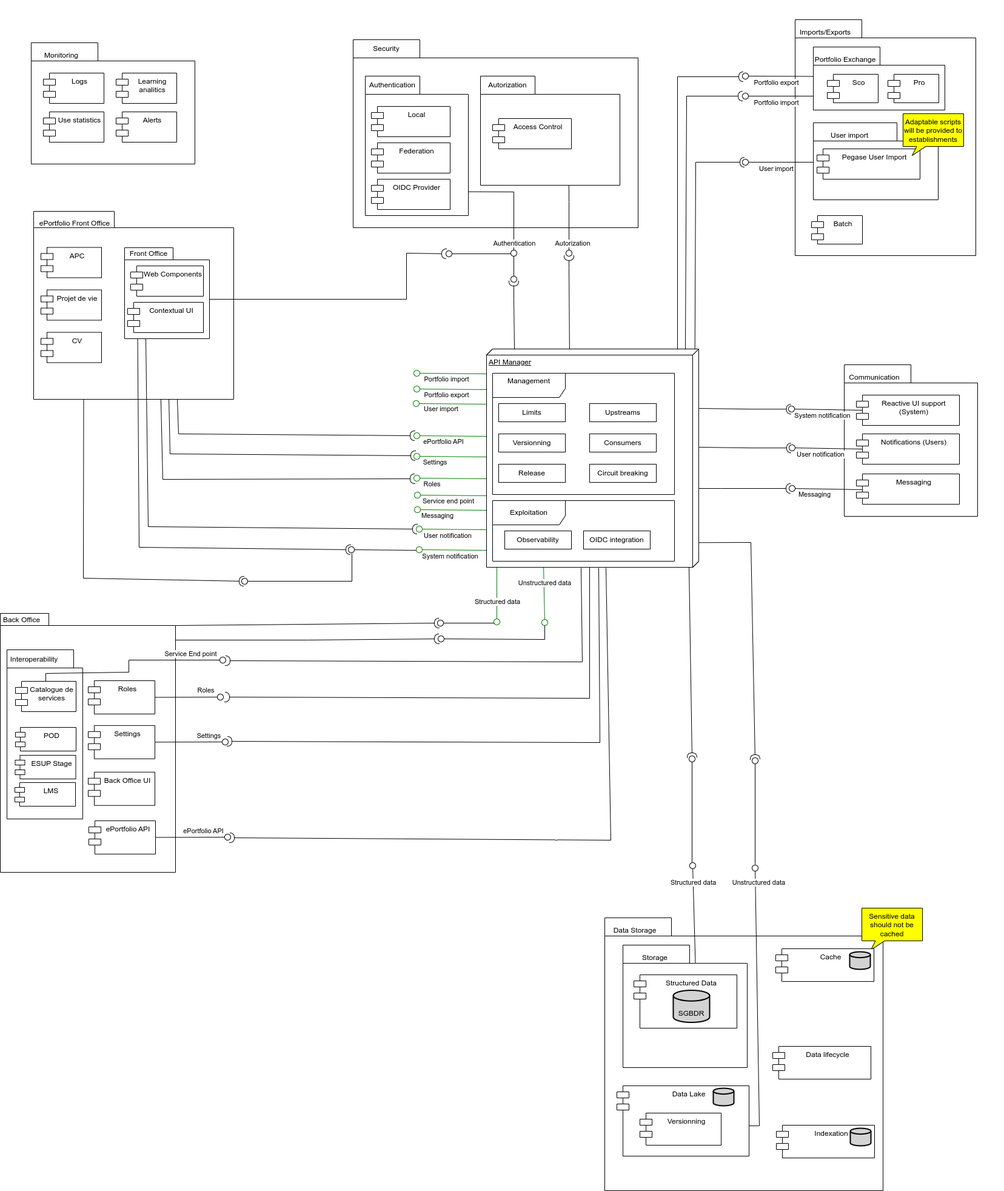
The draw.io diagram assets/images/architecture-components-diagram.png in giraudin/dev-doc, before a commit. Source tidied: cells renumbered, new cells last; positions are measured from the earlier drawing's top-left corner, leaving out a move shared by most shapes.
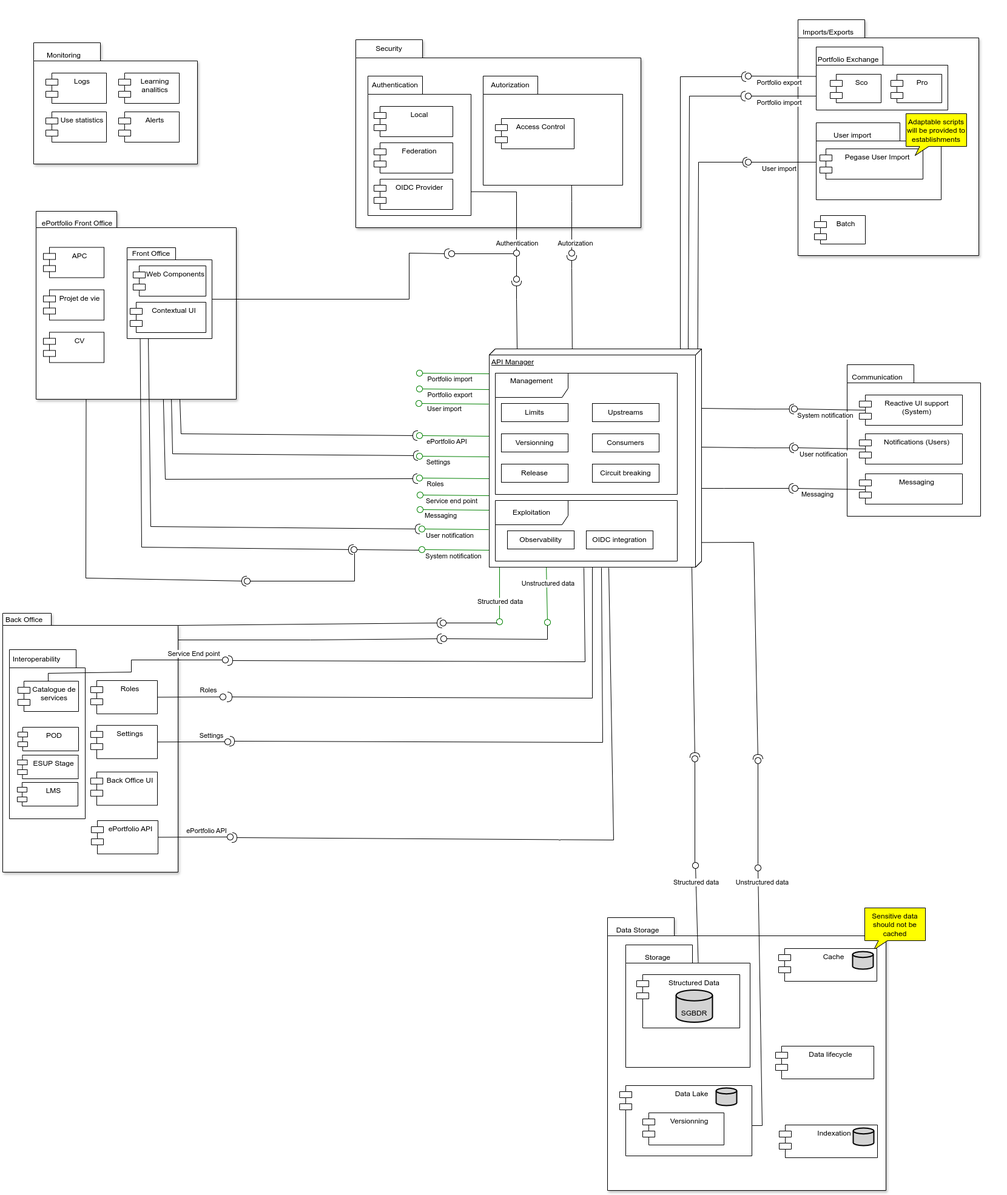
The same diagram one commit later.

What changed in the source:
```diff
@@ -8,7 +8,7 @@
     <mxCell id="3" style="ellipse;whiteSpace=wrap;html=1;align=center;fillColor=none;strokeColor=none;perimeter=centerPerimeter;" parent="1" vertex="1">
       <mxGeometry x="509" y="501" width="10" height="10" as="geometry" />
     </mxCell>
-    <mxCell id="4" style="shape=folder;fontStyle=1;spacingTop=10;tabWidth=133;tabHeight=27;tabPosition=left;html=1;whiteSpace=wrap;" parent="1" vertex="1">
+    <mxCell id="4" style="shape=folder;fontStyle=1;spacingTop=10;tabWidth=133;tabHeight=27;tabPosition=left;html=1;whiteSpace=wrap;shadow=1;" parent="1" vertex="1">
       <mxGeometry x="55" y="348" width="330" height="310" as="geometry" />
     </mxCell>
     <mxCell id="5" style="shape=folder;fontStyle=1;spacingTop=10;tabWidth=80;tabHeight=20;tabPosition=left;html=1;whiteSpace=wrap;" parent="1" vertex="1">
@@ -39,7 +39,7 @@
     <mxCell id="14" style="group;" parent="13" vertex="1">
       <mxGeometry x="65" y="1075" width="224" height="363" as="geometry" />
     </mxCell>
-    <mxCell id="15" style="shape=folder;fontStyle=1;spacingTop=10;tabWidth=80;tabHeight=20;tabPosition=left;html=1;whiteSpace=wrap;" parent="14" vertex="1">
+    <mxCell id="15" style="shape=folder;fontStyle=1;spacingTop=10;tabWidth=80;tabHeight=20;tabPosition=left;html=1;whiteSpace=wrap;shadow=1;" parent="14" vertex="1">
       <mxGeometry x="-65" y="-64" width="289" height="427" as="geometry" />
     </mxCell>
     <mxCell id="16" value="Roles" style="shape=module;align=left;spacingLeft=20;align=center;verticalAlign=top;whiteSpace=wrap;html=1;" parent="14" vertex="1">
@@ -61,7 +61,7 @@
     <mxCell id="22" style="group;" parent="21" vertex="1">
       <mxGeometry x="582" y="65" width="470" height="310" as="geometry" />
     </mxCell>
-    <mxCell id="23" style="shape=folder;fontStyle=1;spacingTop=10;tabWidth=110;tabHeight=30;tabPosition=left;html=1;whiteSpace=wrap;" parent="22" vertex="1">
+    <mxCell id="23" style="shape=folder;fontStyle=1;spacingTop=10;tabWidth=110;tabHeight=30;tabPosition=left;html=1;whiteSpace=wrap;shadow=1;" parent="22" vertex="1">
       <mxGeometry width="470" height="310" as="geometry" />
     </mxCell>
     <mxCell id="24" value="&lt;div&gt;Security&lt;/div&gt;" style="text;html=1;align=center;verticalAlign=middle;whiteSpace=wrap;rounded=0;" parent="22" vertex="1">
@@ -161,7 +161,7 @@
     <mxCell id="51" value="OIDC integration" style="html=1;whiteSpace=wrap;" parent="40" vertex="1">
       <mxGeometry x="150" y="260" width="110" height="30" as="geometry" />
     </mxCell>
-    <mxCell id="52" value="Interfaces APIM back office" parent="0" />
+    <mxCell id="52" value="Interfaces APIM Back Office" parent="0" />
     <mxCell id="53" style="rounded=0;orthogonalLoop=1;jettySize=auto;html=1;endArrow=oval;endFill=0;sketch=0;sourcePerimeterSpacing=0;targetPerimeterSpacing=0;endSize=10;exitX=0.74;exitY=0.997;exitDx=0;exitDy=0;exitPerimeter=0;strokeColor=green;" parent="52" edge="1">
       <mxGeometry relative="1" as="geometry">
         <mxPoint x="802" y="789" as="sourcePoint" />
@@ -325,7 +325,7 @@
     <mxCell id="89" style="group;" parent="88" vertex="1">
       <mxGeometry x="51" y="70" width="270" height="200" as="geometry" />
     </mxCell>
-    <mxCell id="90" style="shape=folder;fontStyle=1;spacingTop=10;tabWidth=110;tabHeight=30;tabPosition=left;html=1;whiteSpace=wrap;" parent="89" vertex="1">
+    <mxCell id="90" style="shape=folder;fontStyle=1;spacingTop=10;tabWidth=110;tabHeight=30;tabPosition=left;html=1;whiteSpace=wrap;shadow=1;" parent="89" vertex="1">
       <mxGeometry width="270" height="200" as="geometry" />
     </mxCell>
     <mxCell id="91" value="&lt;div&gt;Monitoring&lt;/div&gt;" style="text;html=1;align=center;verticalAlign=middle;whiteSpace=wrap;rounded=0;" parent="89" vertex="1">
@@ -402,7 +402,7 @@
     <mxCell id="111" style="group;" parent="110" vertex="1">
       <mxGeometry x="1295" width="360" height="450" as="geometry" />
     </mxCell>
-    <mxCell id="112" style="shape=folder;fontStyle=1;spacingTop=10;tabWidth=110;tabHeight=30;tabPosition=left;html=1;whiteSpace=wrap;" parent="111" vertex="1">
+    <mxCell id="112" style="shape=folder;fontStyle=1;spacingTop=10;tabWidth=110;tabHeight=30;tabPosition=left;html=1;whiteSpace=wrap;shadow=1;" parent="111" vertex="1">
       <mxGeometry x="16" y="32" width="298" height="389" as="geometry" />
     </mxCell>
     <mxCell id="113" value="&lt;div&gt;Imports/Exports&lt;/div&gt;" style="text;html=1;align=center;verticalAlign=middle;whiteSpace=wrap;rounded=0;" parent="111" vertex="1">
@@ -477,7 +477,7 @@
     <mxCell id="132" style="group;" parent="131" vertex="1">
       <mxGeometry x="997" y="1497" width="524" height="466" as="geometry" />
     </mxCell>
-    <mxCell id="133" style="shape=folder;fontStyle=1;spacingTop=10;tabWidth=110;tabHeight=30;tabPosition=left;html=1;whiteSpace=wrap;" parent="132" vertex="1">
+    <mxCell id="133" style="shape=folder;fontStyle=1;spacingTop=10;tabWidth=110;tabHeight=30;tabPosition=left;html=1;whiteSpace=wrap;shadow=1;" parent="132" vertex="1">
       <mxGeometry y="16" width="459" height="450" as="geometry" />
     </mxCell>
     <mxCell id="134" value="&lt;div&gt;Data Storage&lt;/div&gt;" style="text;html=1;align=center;verticalAlign=middle;whiteSpace=wrap;rounded=0;" parent="132" vertex="1">
```
